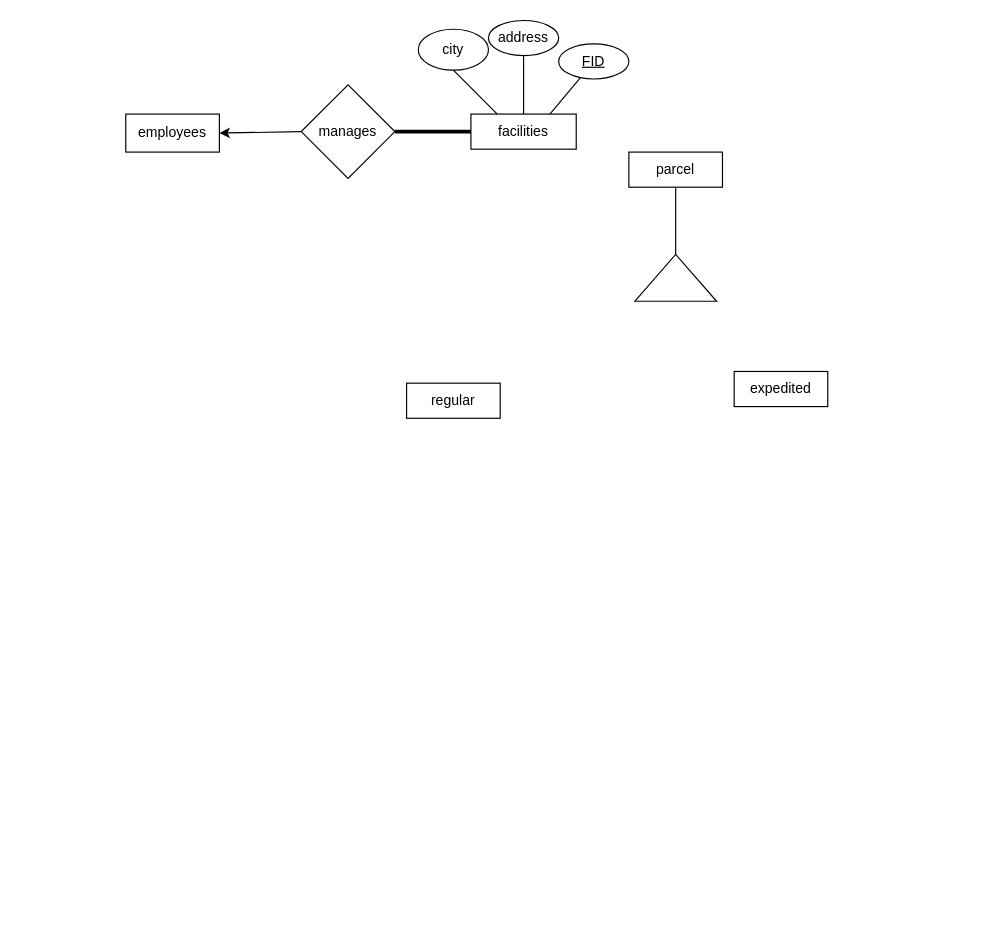
Earlier version of the draw.io diagram Untitled Diagram.drawio (Ahmed-S7/Assignment_1). Source tidied: cells renumbered, new cells numbered last; positions are measured from the earlier drawing's top-left corner, leaving out a move shared by most shapes. Both pictures are drawn from the tidied source at 117%, with x=0, y=0 at pixel (125, 20).
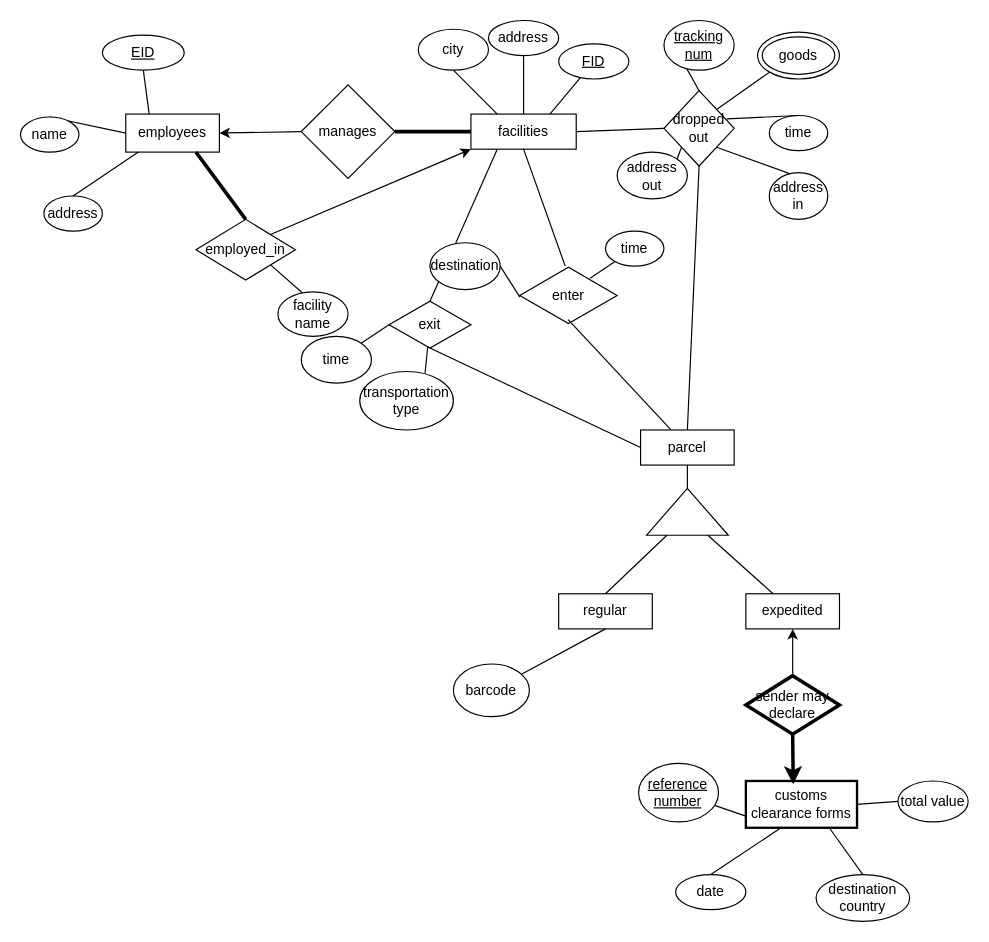
The same diagram, later.

The change refers to these unchanged cells:
```xml
<mxCell id="2" value="facilities" style="rounded=0;whiteSpace=wrap;html=1;" parent="1" vertex="1">
  <mxGeometry x="295" y="80" width="90" height="30" as="geometry" />
</mxCell>
<mxCell id="13" value="employees" style="rounded=0;whiteSpace=wrap;html=1;" parent="1" vertex="1">
  <mxGeometry y="80" width="80" height="32.5" as="geometry" />
</mxCell>
```

Change to the diagram source:
```diff
@@
     <mxCell id="14" value="regular" style="rounded=0;whiteSpace=wrap;html=1;" parent="1" vertex="1">
-      <mxGeometry x="240" y="310" width="80" height="30" as="geometry" />
+      <mxGeometry x="370" y="490" width="80" height="30" as="geometry" />
     </mxCell>
     <mxCell id="15" value="expedited" style="rounded=0;whiteSpace=wrap;html=1;" parent="1" vertex="1">
-      <mxGeometry x="520" y="300" width="80" height="30" as="geometry" />
+      <mxGeometry x="530" y="490" width="80" height="30" as="geometry" />
     </mxCell>
     <mxCell id="16" value="parcel" style="rounded=0;whiteSpace=wrap;html=1;" parent="1" vertex="1">
-      <mxGeometry x="430" y="112.5" width="80" height="30" as="geometry" />
+      <mxGeometry x="440" y="350" width="80" height="30" as="geometry" />
     </mxCell>
     <mxCell id="17" style="triangle;whiteSpace=wrap;html=1;direction=north;" parent="1" vertex="1">
-      <mxGeometry x="435" y="200" width="70" height="40" as="geometry" />
+      <mxGeometry x="445" y="400" width="70" height="40" as="geometry" />
     </mxCell>
+    <mxCell id="18" style="endArrow=none;html=1;rounded=0;exitX=0;exitY=0.25;exitDx=0;exitDy=0;entryX=0.5;entryY=0;entryDx=0;entryDy=0;" parent="1" edge="1" source="17" target="14">
+      <mxGeometry relative="1" as="geometry" />
+    </mxCell>
+    <mxCell id="19" style="endArrow=none;html=1;rounded=0;exitX=0;exitY=0.75;exitDx=0;exitDy=0;" parent="1" edge="1" source="17" target="15">
+      <mxGeometry relative="1" as="geometry" />
+    </mxCell>
+    <mxCell id="20" value="dropped out" style="rhombus;whiteSpace=wrap;html=1;" parent="1" vertex="1">
+      <mxGeometry x="460" y="60" width="60" height="64.4" as="geometry" />
+    </mxCell>
+    <mxCell id="21" style="endArrow=none;html=1;rounded=0;entryX=0;entryY=0.5;entryDx=0;entryDy=0;exitX=1;exitY=0.5;exitDx=0;exitDy=0;" parent="1" edge="1" source="2" target="20">
+      <mxGeometry relative="1" as="geometry" />
+    </mxCell>
+    <mxCell id="22" style="endArrow=none;html=1;rounded=0;exitX=0.5;exitY=1;exitDx=0;exitDy=0;entryX=0.5;entryY=0;entryDx=0;entryDy=0;" parent="1" edge="1" source="20" target="16">
+      <mxGeometry relative="1" as="geometry" />
+    </mxCell>
+    <mxCell id="23" style="endArrow=none;html=1;rounded=0;exitX=0.5;exitY=0;exitDx=0;exitDy=0;entryX=0.323;entryY=0.964;entryDx=0;entryDy=0;entryPerimeter=0;" parent="1" edge="1" source="20" target="24">
+      <mxGeometry relative="1" as="geometry" />
+    </mxCell>
+    <mxCell id="24" value="&lt;u&gt;tracking num&lt;/u&gt;" style="ellipse;whiteSpace=wrap;html=1;" parent="1" vertex="1">
+      <mxGeometry x="460" width="60" height="42.5" as="geometry" />
+    </mxCell>
+    <mxCell id="25" value="time" style="ellipse;whiteSpace=wrap;html=1;" parent="1" vertex="1">
+      <mxGeometry x="550" y="81.2" width="50" height="30" as="geometry" />
+    </mxCell>
+    <mxCell id="26" style="endArrow=none;html=1;rounded=0;entryX=0.896;entryY=0.375;entryDx=0;entryDy=0;exitX=0.5;exitY=0;exitDx=0;exitDy=0;entryPerimeter=0;" parent="1" edge="1" source="25" target="20">
+      <mxGeometry relative="1" as="geometry" />
+    </mxCell>
+    <mxCell id="27" style="endArrow=none;html=1;rounded=0;entryX=0;entryY=1;entryDx=0;entryDy=0;exitX=1;exitY=0;exitDx=0;exitDy=0;" parent="1" edge="1" source="28" target="20">
+      <mxGeometry relative="1" as="geometry" />
+    </mxCell>
+    <mxCell id="28" value="address out" style="ellipse;whiteSpace=wrap;html=1;" parent="1" vertex="1">
+      <mxGeometry x="420" y="112.5" width="60" height="40" as="geometry" />
+    </mxCell>
+    <mxCell id="29" style="endArrow=none;html=1;rounded=0;exitX=0.967;exitY=0.3;exitDx=0;exitDy=0;exitPerimeter=0;entryX=1;entryY=1;entryDx=0;entryDy=0;" parent="1" edge="1" source="30" target="20">
+      <mxGeometry relative="1" as="geometry" />
+    </mxCell>
+    <mxCell id="30" value="address in" style="ellipse;whiteSpace=wrap;html=1;" parent="1" vertex="1">
+      <mxGeometry x="550" y="130" width="50" height="40" as="geometry" />
+    </mxCell>
+    <mxCell id="31" style="endArrow=none;html=1;rounded=0;entryX=0.5;entryY=1;entryDx=0;entryDy=0;exitX=0.467;exitY=0;exitDx=0;exitDy=0;exitPerimeter=0;" parent="1" edge="1" source="34" target="2">
+      <mxGeometry relative="1" as="geometry" />
+    </mxCell>
+    <mxCell id="32" style="endArrow=none;html=1;rounded=0;entryX=1;entryY=0;entryDx=0;entryDy=0;exitX=0;exitY=1;exitDx=0;exitDy=0;" parent="1" edge="1" source="33" target="20">
+      <mxGeometry relative="1" as="geometry" />
+    </mxCell>
+    <mxCell id="33" value="goods" style="ellipse;shape=doubleEllipse;whiteSpace=wrap;html=1;" parent="1" vertex="1">
+      <mxGeometry x="540" y="10" width="70" height="40" as="geometry" />
+    </mxCell>
+    <mxCell id="34" value="enter" style="html=1;whiteSpace=wrap;shape=isoRectangle;" parent="1" vertex="1">
+      <mxGeometry x="336.7" y="210" width="83.3" height="50" as="geometry" />
+    </mxCell>
+    <mxCell id="35" style="endArrow=none;html=1;rounded=0;entryX=0.25;entryY=1;entryDx=0;entryDy=0;exitX=0.5;exitY=0;exitDx=0;exitDy=0;" parent="1" edge="1" source="37" target="2">
+      <mxGeometry relative="1" as="geometry" />
+    </mxCell>
+    <mxCell id="36" style="endArrow=none;html=1;rounded=0;exitX=0.497;exitY=0.912;exitDx=0;exitDy=0;exitPerimeter=0;" parent="1" edge="1" source="34" target="16">
+      <mxGeometry relative="1" as="geometry" />
+    </mxCell>
+    <mxCell id="37" value="exit" style="rhombus;whiteSpace=wrap;html=1;" parent="1" vertex="1">
+      <mxGeometry x="225" y="240" width="70" height="40" as="geometry" />
+    </mxCell>
+    <mxCell id="38" style="endArrow=none;html=1;rounded=0;exitX=0.5;exitY=1;exitDx=0;exitDy=0;entryX=0;entryY=0.5;entryDx=0;entryDy=0;" parent="1" edge="1" source="37" target="16">
+      <mxGeometry relative="1" as="geometry" />
+    </mxCell>
+    <mxCell id="39" style="endArrow=none;html=1;rounded=0;exitX=0.722;exitY=0.208;exitDx=0;exitDy=0;exitPerimeter=0;" parent="1" edge="1" source="34" target="40">
+      <mxGeometry relative="1" as="geometry" />
+    </mxCell>
+    <mxCell id="40" value="time" style="ellipse;whiteSpace=wrap;html=1;" parent="1" vertex="1">
+      <mxGeometry x="410" y="180" width="50" height="30" as="geometry" />
+    </mxCell>
+    <mxCell id="41" value="destination" style="ellipse;whiteSpace=wrap;html=1;" parent="1" vertex="1">
+      <mxGeometry x="260" y="190" width="60" height="40" as="geometry" />
+    </mxCell>
+    <mxCell id="42" style="endArrow=none;html=1;rounded=0;entryX=0.002;entryY=0.528;entryDx=0;entryDy=0;entryPerimeter=0;exitX=1;exitY=0.5;exitDx=0;exitDy=0;" parent="1" edge="1" source="41" target="34">
+      <mxGeometry relative="1" as="geometry" />
+    </mxCell>
+    <mxCell id="43" style="endArrow=none;html=1;rounded=0;exitX=0;exitY=0.5;exitDx=0;exitDy=0;" parent="1" edge="1" source="37" target="44">
+      <mxGeometry relative="1" as="geometry" />
+    </mxCell>
+    <mxCell id="44" value="time" style="ellipse;whiteSpace=wrap;html=1;" parent="1" vertex="1">
+      <mxGeometry x="150" y="270" width="60" height="40" as="geometry" />
+    </mxCell>
+    <mxCell id="45" value="transportation type" style="ellipse;whiteSpace=wrap;html=1;" parent="1" vertex="1">
+      <mxGeometry x="200" y="300" width="80" height="50" as="geometry" />
+    </mxCell>
+    <mxCell id="46" style="endArrow=none;html=1;rounded=0;exitX=0.697;exitY=0.035;exitDx=0;exitDy=0;exitPerimeter=0;" parent="1" edge="1" source="45" target="37">
+      <mxGeometry relative="1" as="geometry" />
+    </mxCell>
+    <mxCell id="47" style="endArrow=none;html=1;rounded=0;entryX=0.5;entryY=1;entryDx=0;entryDy=0;" parent="1" edge="1" source="48" target="14">
+      <mxGeometry relative="1" as="geometry" />
+    </mxCell>
+    <mxCell id="48" value="barcode" style="ellipse;whiteSpace=wrap;html=1;" parent="1" vertex="1">
+      <mxGeometry x="280" y="550" width="65" height="45" as="geometry" />
+    </mxCell>
+    <mxCell id="49" style="endArrow=classic;html=1;rounded=0;entryX=0.5;entryY=1;entryDx=0;entryDy=0;exitX=0.5;exitY=0;exitDx=0;exitDy=0;" parent="1" edge="1" source="50" target="15">
+      <mxGeometry relative="1" as="geometry" />
+    </mxCell>
+    <mxCell id="50" value="sender may declare" style="rhombus;whiteSpace=wrap;html=1;strokeWidth=3;" parent="1" vertex="1">
+      <mxGeometry x="530" y="560" width="80" height="50" as="geometry" />
+    </mxCell>
+    <mxCell id="51" value="customs clearance forms" style="rounded=0;whiteSpace=wrap;html=1;strokeWidth=2;" parent="1" vertex="1">
+      <mxGeometry x="530" y="650" width="95" height="40" as="geometry" />
+    </mxCell>
+    <mxCell id="52" style="endArrow=none;html=1;rounded=0;entryX=0.5;entryY=1;entryDx=0;entryDy=0;strokeWidth=3;endFill=0;startArrow=classic;startFill=1;exitX=0.426;exitY=0.07;exitDx=0;exitDy=0;exitPerimeter=0;" parent="1" edge="1" source="51" target="50">
+      <mxGeometry relative="1" as="geometry" />
+    </mxCell>
+    <mxCell id="53" style="endArrow=none;html=1;rounded=0;entryX=0;entryY=0.75;entryDx=0;entryDy=0;" parent="1" edge="1" source="54" target="51">
+      <mxGeometry relative="1" as="geometry" />
+    </mxCell>
+    <mxCell id="54" value="&lt;u&gt;reference number&lt;/u&gt;" style="ellipse;whiteSpace=wrap;html=1;" parent="1" vertex="1">
+      <mxGeometry x="438.3" y="635" width="68.3" height="50" as="geometry" />
+    </mxCell>
+    <mxCell id="55" value="total value" style="ellipse;whiteSpace=wrap;html=1;" parent="1" vertex="1">
+      <mxGeometry x="660" y="650" width="60" height="35" as="geometry" />
+    </mxCell>
+    <mxCell id="56" style="endArrow=none;html=1;rounded=0;exitX=1;exitY=0.5;exitDx=0;exitDy=0;entryX=0;entryY=0.5;entryDx=0;entryDy=0;" parent="1" edge="1" source="51" target="55">
+      <mxGeometry relative="1" as="geometry" />
+    </mxCell>
+    <mxCell id="57" value="date" style="ellipse;whiteSpace=wrap;html=1;" parent="1" vertex="1">
+      <mxGeometry x="470" y="730" width="60" height="30" as="geometry" />
+    </mxCell>
+    <mxCell id="58" style="endArrow=none;html=1;rounded=0;exitX=0.5;exitY=0;exitDx=0;exitDy=0;" parent="1" edge="1" source="57">
+      <mxGeometry relative="1" as="geometry">
+        <mxPoint x="560" y="690" as="targetPoint" />
+      </mxGeometry>
+    </mxCell>
+    <mxCell id="59" value="destination country" style="ellipse;whiteSpace=wrap;html=1;" parent="1" vertex="1">
+      <mxGeometry x="590" y="730" width="80" height="40" as="geometry" />
+    </mxCell>
+    <mxCell id="60" style="endArrow=none;html=1;rounded=0;exitX=0.75;exitY=1;exitDx=0;exitDy=0;entryX=0.5;entryY=0;entryDx=0;entryDy=0;" parent="1" edge="1" source="51" target="59">
+      <mxGeometry relative="1" as="geometry" />
+    </mxCell>
+    <mxCell id="61" value="employed_in" style="rhombus;whiteSpace=wrap;html=1;strokeColor=default;align=center;verticalAlign=middle;fontFamily=Helvetica;fontSize=12;fontColor=default;fillColor=default;" parent="1" vertex="1">
+      <mxGeometry x="60" y="170" width="85" height="51.9" as="geometry" />
+    </mxCell>
+    <mxCell id="62" style="endArrow=none;html=1;rounded=0;exitX=0.75;exitY=1;exitDx=0;exitDy=0;entryX=0.5;entryY=0;entryDx=0;entryDy=0;strokeWidth=3;" parent="1" edge="1" source="13" target="61">
+      <mxGeometry relative="1" as="geometry" />
+    </mxCell>
+    <mxCell id="63" style="endArrow=classic;html=1;rounded=0;exitX=1;exitY=0;exitDx=0;exitDy=0;entryX=0;entryY=1;entryDx=0;entryDy=0;" parent="1" edge="1" source="61" target="2">
+      <mxGeometry relative="1" as="geometry" />
+    </mxCell>
+    <mxCell id="64" style="endArrow=none;html=1;rounded=0;entryX=0;entryY=0.5;entryDx=0;entryDy=0;exitX=0.5;exitY=0;exitDx=0;exitDy=0;" parent="1" edge="1" source="65" target="13">
+      <mxGeometry relative="1" as="geometry" />
+    </mxCell>
+    <mxCell id="65" value="name" style="ellipse;whiteSpace=wrap;html=1;" parent="1" vertex="1">
+      <mxGeometry x="-90" y="82.5" width="50" height="30" as="geometry" />
+    </mxCell>
+    <mxCell id="66" value="address" style="ellipse;whiteSpace=wrap;html=1;" parent="1" vertex="1">
+      <mxGeometry x="-70" y="150" width="50" height="30" as="geometry" />
+    </mxCell>
+    <mxCell id="67" style="endArrow=none;html=1;rounded=0;exitX=0.135;exitY=0.997;exitDx=0;exitDy=0;entryX=0.5;entryY=0;entryDx=0;entryDy=0;exitPerimeter=0;" parent="1" edge="1" source="13" target="66">
+      <mxGeometry relative="1" as="geometry" />
+    </mxCell>
+    <mxCell id="68" value="facility name" style="ellipse;whiteSpace=wrap;html=1;" parent="1" vertex="1">
+      <mxGeometry x="130" y="231.9" width="60" height="38.1" as="geometry" />
+    </mxCell>
+    <mxCell id="69" style="endArrow=none;html=1;rounded=0;exitX=1;exitY=1;exitDx=0;exitDy=0;entryX=0.347;entryY=0.02;entryDx=0;entryDy=0;entryPerimeter=0;" parent="1" edge="1" source="61" target="68">
+      <mxGeometry relative="1" as="geometry" />
+    </mxCell>
+    <mxCell id="70" value="&lt;u&gt;EID&lt;/u&gt;" style="ellipse;whiteSpace=wrap;html=1;" parent="1" vertex="1">
+      <mxGeometry x="-20" y="12.5" width="70" height="30" as="geometry" />
+    </mxCell>
+    <mxCell id="71" style="endArrow=none;html=1;rounded=0;entryX=0.5;entryY=1;entryDx=0;entryDy=0;exitX=0.25;exitY=0;exitDx=0;exitDy=0;" parent="1" edge="1" source="13" target="70">
+      <mxGeometry relative="1" as="geometry" />
+    </mxCell>
```
